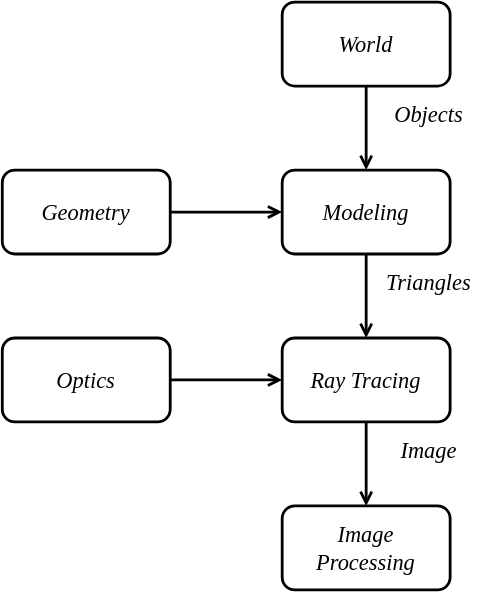
This is docs/assets/system1.svg from Algo2147483647/Ray, a draw.io export, as it was before one commit. Source tidied: cells renumbered, new cells last; positions are measured from the earlier drawing's top-left corner, leaving out a move shared by most shapes. The source it was exported from:
```xml
<mxGraphModel>
  <root>
    <mxCell id="0" />
    <mxCell id="1" parent="0" />
    <mxCell id="2" value="Image&lt;div&gt;Processing&lt;/div&gt;" style="rounded=1;whiteSpace=wrap;html=1;strokeWidth=2;fontFamily=Times New Roman;fontStyle=2;fontSize=16;" parent="1" vertex="1">
      <mxGeometry x="200" y="360" width="120" height="60" as="geometry" />
    </mxCell>
    <mxCell id="3" style="edgeStyle=orthogonalEdgeStyle;shape=connector;curved=0;rounded=1;jettySize=auto;html=1;strokeColor=default;strokeWidth=2;align=center;verticalAlign=middle;fontFamily=Helvetica;fontSize=11;fontColor=default;labelBackgroundColor=default;endArrow=open;endFill=0;" parent="1" edge="1" source="4" target="6">
      <mxGeometry relative="1" as="geometry" />
    </mxCell>
    <mxCell id="4" value="World" style="rounded=1;whiteSpace=wrap;html=1;strokeWidth=2;fontFamily=Times New Roman;fontStyle=2;fontSize=16;" parent="1" vertex="1">
      <mxGeometry x="200" width="120" height="60" as="geometry" />
    </mxCell>
    <mxCell id="5" style="edgeStyle=orthogonalEdgeStyle;shape=connector;curved=0;rounded=1;jettySize=auto;html=1;strokeColor=default;strokeWidth=2;align=center;verticalAlign=middle;fontFamily=Helvetica;fontSize=11;fontColor=default;labelBackgroundColor=default;endArrow=open;endFill=0;" parent="1" edge="1" source="6" target="8">
      <mxGeometry relative="1" as="geometry" />
    </mxCell>
    <mxCell id="6" value="Modeling" style="rounded=1;whiteSpace=wrap;html=1;strokeWidth=2;fontFamily=Times New Roman;fontStyle=2;fontSize=16;" parent="1" vertex="1">
      <mxGeometry x="200" y="120" width="120" height="60" as="geometry" />
    </mxCell>
    <mxCell id="7" style="edgeStyle=orthogonalEdgeStyle;shape=connector;curved=0;rounded=1;jettySize=auto;html=1;strokeColor=default;strokeWidth=2;align=center;verticalAlign=middle;fontFamily=Helvetica;fontSize=11;fontColor=default;labelBackgroundColor=default;endArrow=open;endFill=0;" parent="1" edge="1" source="8" target="2">
      <mxGeometry relative="1" as="geometry" />
    </mxCell>
    <mxCell id="8" value="Ray Tracing" style="rounded=1;whiteSpace=wrap;html=1;strokeWidth=2;fontFamily=Times New Roman;fontStyle=2;fontSize=16;" parent="1" vertex="1">
      <mxGeometry x="200" y="240" width="120" height="60" as="geometry" />
    </mxCell>
    <mxCell id="9" value="&lt;span style=&quot;color: rgb(0, 0, 0); font-family: &amp;quot;Times New Roman&amp;quot;; font-size: 16px; font-style: italic; font-variant-ligatures: normal; font-variant-caps: normal; font-weight: 400; letter-spacing: normal; orphans: 2; text-indent: 0px; text-transform: none; widows: 2; word-spacing: 0px; -webkit-text-stroke-width: 0px; white-space: normal; text-decoration-thickness: initial; text-decoration-style: initial; text-decoration-color: initial; float: none; display: inline !important;&quot;&gt;Triangles&lt;/span&gt;" style="text;whiteSpace=wrap;html=1;fontFamily=Helvetica;fontSize=11;fontColor=default;labelBackgroundColor=none;align=center;verticalAlign=middle;" parent="1" vertex="1">
      <mxGeometry x="270" y="180" width="70" height="40" as="geometry" />
    </mxCell>
    <mxCell id="10" value="&lt;span style=&quot;color: rgb(0, 0, 0); font-family: &amp;quot;Times New Roman&amp;quot;; font-size: 16px; font-style: italic; font-variant-ligatures: normal; font-variant-caps: normal; font-weight: 400; letter-spacing: normal; orphans: 2; text-indent: 0px; text-transform: none; widows: 2; word-spacing: 0px; -webkit-text-stroke-width: 0px; white-space: normal; text-decoration-thickness: initial; text-decoration-style: initial; text-decoration-color: initial; float: none; display: inline !important;&quot;&gt;Objects&lt;/span&gt;" style="text;whiteSpace=wrap;html=1;fontFamily=Helvetica;fontSize=11;fontColor=default;labelBackgroundColor=none;verticalAlign=middle;align=center;" parent="1" vertex="1">
      <mxGeometry x="270" y="60" width="70" height="40" as="geometry" />
    </mxCell>
    <mxCell id="11" value="&lt;span style=&quot;color: rgb(0, 0, 0); font-family: &amp;quot;Times New Roman&amp;quot;; font-size: 16px; font-style: italic; font-variant-ligatures: normal; font-variant-caps: normal; font-weight: 400; letter-spacing: normal; orphans: 2; text-indent: 0px; text-transform: none; widows: 2; word-spacing: 0px; -webkit-text-stroke-width: 0px; white-space: normal; text-decoration-thickness: initial; text-decoration-style: initial; text-decoration-color: initial; float: none; display: inline !important;&quot;&gt;Image&lt;/span&gt;" style="text;whiteSpace=wrap;html=1;fontFamily=Helvetica;fontSize=11;fontColor=default;labelBackgroundColor=none;align=center;verticalAlign=middle;" parent="1" vertex="1">
      <mxGeometry x="270" y="300" width="70" height="40" as="geometry" />
    </mxCell>
    <mxCell id="12" style="edgeStyle=orthogonalEdgeStyle;shape=connector;curved=0;rounded=1;jettySize=auto;html=1;strokeColor=default;strokeWidth=2;align=center;verticalAlign=middle;fontFamily=Helvetica;fontSize=11;fontColor=default;labelBackgroundColor=default;endArrow=open;endFill=0;" parent="1" edge="1" source="13" target="6">
      <mxGeometry relative="1" as="geometry" />
    </mxCell>
    <mxCell id="13" value="Geometry" style="rounded=1;whiteSpace=wrap;html=1;strokeWidth=2;fontFamily=Times New Roman;fontStyle=2;fontSize=16;" parent="1" vertex="1">
      <mxGeometry y="120" width="120" height="60" as="geometry" />
    </mxCell>
    <mxCell id="14" style="edgeStyle=orthogonalEdgeStyle;shape=connector;curved=0;rounded=1;jettySize=auto;html=1;strokeColor=default;strokeWidth=2;align=center;verticalAlign=middle;fontFamily=Helvetica;fontSize=11;fontColor=default;labelBackgroundColor=default;endArrow=open;endFill=0;" parent="1" edge="1" source="15" target="8">
      <mxGeometry relative="1" as="geometry" />
    </mxCell>
    <mxCell id="15" value="Optics" style="rounded=1;whiteSpace=wrap;html=1;strokeWidth=2;fontFamily=Times New Roman;fontStyle=2;fontSize=16;" parent="1" vertex="1">
      <mxGeometry y="240" width="120" height="60" as="geometry" />
    </mxCell>
  </root>
</mxGraphModel>
```
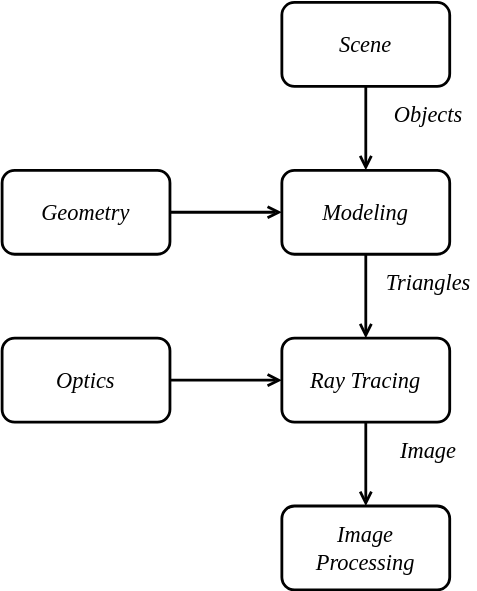
After the change.

Change to the diagram source:
```diff
@@ -8,7 +8,7 @@
     <mxCell id="3" style="edgeStyle=orthogonalEdgeStyle;shape=connector;curved=0;rounded=1;jettySize=auto;html=1;strokeColor=default;strokeWidth=2;align=center;verticalAlign=middle;fontFamily=Helvetica;fontSize=11;fontColor=default;labelBackgroundColor=default;endArrow=open;endFill=0;" parent="1" edge="1" source="4" target="6">
       <mxGeometry relative="1" as="geometry" />
     </mxCell>
-    <mxCell id="4" value="World" style="rounded=1;whiteSpace=wrap;html=1;strokeWidth=2;fontFamily=Times New Roman;fontStyle=2;fontSize=16;" parent="1" vertex="1">
+    <mxCell id="4" value="Scene" style="rounded=1;whiteSpace=wrap;html=1;strokeWidth=2;fontFamily=Times New Roman;fontStyle=2;fontSize=16;" parent="1" vertex="1">
       <mxGeometry x="200" width="120" height="60" as="geometry" />
     </mxCell>
     <mxCell id="5" style="edgeStyle=orthogonalEdgeStyle;shape=connector;curved=0;rounded=1;jettySize=auto;html=1;strokeColor=default;strokeWidth=2;align=center;verticalAlign=middle;fontFamily=Helvetica;fontSize=11;fontColor=default;labelBackgroundColor=default;endArrow=open;endFill=0;" parent="1" edge="1" source="6" target="8">
```
